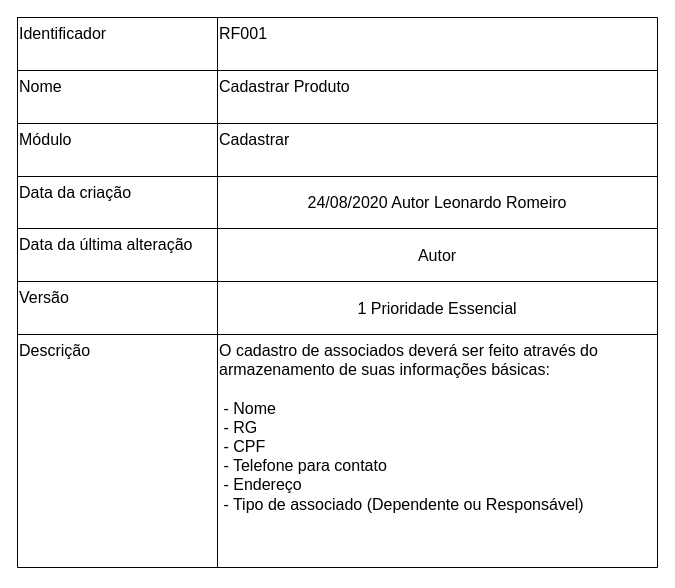
The draw.io diagram Formulário de requisitos.drawio in LeozinRomeiro/Modelagem_SENAI_CTM, before the edit. Source tidied: cells renumbered, new cells numbered last; positions are measured from the earlier drawing's top-left corner, leaving out a move shared by most shapes. Both pictures are drawn from the tidied source at 100%, with x=0, y=0 at pixel (17, 17).
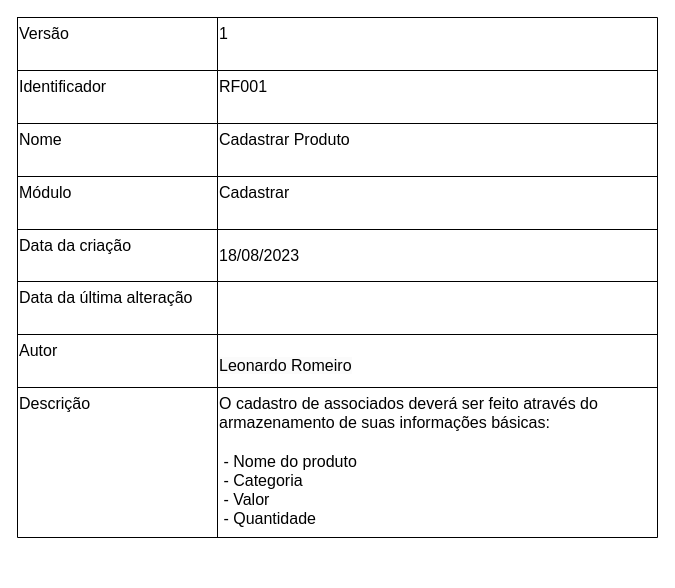
The same diagram, later.

Diff of the diagram source:
```diff
@@
     <mxCell id="2" style="shape=table;startSize=0;childLayout=tableLayout;fontSize=16;" parent="1" vertex="1">
-      <mxGeometry width="640" height="550" as="geometry" />
+      <mxGeometry width="640" height="520" as="geometry" />
     </mxCell>
+    <mxCell id="24" style="shape=tableRow;horizontal=0;startSize=0;swimlaneHead=0;swimlaneBody=0;strokeColor=inherit;top=0;left=0;bottom=0;right=0;fillColor=none;fontSize=16;" parent="2" vertex="1">
+      <mxGeometry width="640" height="53" as="geometry" />
+    </mxCell>
+    <mxCell id="25" value="Versão" style="shape=partialRectangle;html=1;whiteSpace=wrap;strokeColor=inherit;overflow=hidden;fillColor=none;top=0;left=0;bottom=0;right=0;fontSize=16;align=left;verticalAlign=top;" parent="24" vertex="1">
+      <mxGeometry width="200" height="53" as="geometry" />
+    </mxCell>
+    <mxCell id="26" value="1" style="shape=partialRectangle;html=1;whiteSpace=wrap;strokeColor=inherit;overflow=hidden;fillColor=none;top=0;left=0;bottom=0;right=0;fontSize=16;align=left;verticalAlign=top;" parent="24" vertex="1">
+      <mxGeometry x="200" width="440" height="53" as="geometry" />
+    </mxCell>
     <mxCell id="3" style="shape=tableRow;horizontal=0;startSize=0;swimlaneHead=0;swimlaneBody=0;strokeColor=inherit;top=0;left=0;bottom=0;right=0;fillColor=none;fontSize=16;" parent="2" vertex="1">
-      <mxGeometry width="640" height="53" as="geometry" />
+      <mxGeometry y="53" width="640" height="53" as="geometry" />
     </mxCell>
@@
     <mxCell id="6" style="shape=tableRow;horizontal=0;startSize=0;swimlaneHead=0;swimlaneBody=0;strokeColor=inherit;top=0;left=0;bottom=0;right=0;fillColor=none;fontSize=16;" parent="2" vertex="1">
-      <mxGeometry y="53" width="640" height="53" as="geometry" />
+      <mxGeometry y="106" width="640" height="53" as="geometry" />
     </mxCell>
@@
     <mxCell id="9" style="shape=tableRow;horizontal=0;startSize=0;swimlaneHead=0;swimlaneBody=0;strokeColor=inherit;top=0;left=0;bottom=0;right=0;fillColor=none;fontSize=16;" parent="2" vertex="1">
-      <mxGeometry y="106" width="640" height="53" as="geometry" />
+      <mxGeometry y="159" width="640" height="53" as="geometry" />
     </mxCell>
@@
     <mxCell id="12" style="shape=tableRow;horizontal=0;startSize=0;swimlaneHead=0;swimlaneBody=0;strokeColor=inherit;top=0;left=0;bottom=0;right=0;fillColor=none;fontSize=16;" parent="2" vertex="1">
-      <mxGeometry y="159" width="640" height="52" as="geometry" />
+      <mxGeometry y="212" width="640" height="52" as="geometry" />
     </mxCell>
@@
-    <mxCell id="14" value="24/08/2020 Autor Leonardo Romeiro" style="shape=partialRectangle;html=1;whiteSpace=wrap;strokeColor=inherit;overflow=hidden;fillColor=none;top=0;left=0;bottom=0;right=0;fontSize=16;" parent="12" vertex="1">
+    <mxCell id="14" value="18/08/2023" style="shape=partialRectangle;html=1;whiteSpace=wrap;strokeColor=inherit;overflow=hidden;fillColor=none;top=0;left=0;bottom=0;right=0;fontSize=16;align=left;" parent="12" vertex="1">
       <mxGeometry x="200" width="440" height="52" as="geometry" />
     </mxCell>
     <mxCell id="15" style="shape=tableRow;horizontal=0;startSize=0;swimlaneHead=0;swimlaneBody=0;strokeColor=inherit;top=0;left=0;bottom=0;right=0;fillColor=none;fontSize=16;" parent="2" vertex="1">
-      <mxGeometry y="211" width="640" height="53" as="geometry" />
+      <mxGeometry y="264" width="640" height="53" as="geometry" />
     </mxCell>
@@
-    <mxCell id="17" value="Autor" style="shape=partialRectangle;html=1;whiteSpace=wrap;strokeColor=inherit;overflow=hidden;fillColor=none;top=0;left=0;bottom=0;right=0;fontSize=16;" parent="15" vertex="1">
+    <mxCell id="17" style="shape=partialRectangle;html=1;whiteSpace=wrap;strokeColor=inherit;overflow=hidden;fillColor=none;top=0;left=0;bottom=0;right=0;fontSize=16;" parent="15" vertex="1">
       <mxGeometry x="200" width="440" height="53" as="geometry" />
     </mxCell>
     <mxCell id="18" style="shape=tableRow;horizontal=0;startSize=0;swimlaneHead=0;swimlaneBody=0;strokeColor=inherit;top=0;left=0;bottom=0;right=0;fillColor=none;fontSize=16;" parent="2" vertex="1">
-      <mxGeometry y="264" width="640" height="53" as="geometry" />
+      <mxGeometry y="317" width="640" height="53" as="geometry" />
     </mxCell>
-    <mxCell id="19" value="Versão" style="shape=partialRectangle;html=1;whiteSpace=wrap;strokeColor=inherit;overflow=hidden;fillColor=none;top=0;left=0;bottom=0;right=0;fontSize=16;align=left;verticalAlign=top;" parent="18" vertex="1">
+    <mxCell id="19" value="Autor&amp;nbsp;" style="shape=partialRectangle;html=1;whiteSpace=wrap;strokeColor=inherit;overflow=hidden;fillColor=none;top=0;left=0;bottom=0;right=0;fontSize=16;align=left;verticalAlign=top;" parent="18" vertex="1">
       <mxGeometry width="200" height="53" as="geometry" />
     </mxCell>
-    <mxCell id="20" value="1 Prioridade Essencial" style="shape=partialRectangle;html=1;whiteSpace=wrap;strokeColor=inherit;overflow=hidden;fillColor=none;top=0;left=0;bottom=0;right=0;fontSize=16;" parent="18" vertex="1">
+    <mxCell id="20" value="&#10;&lt;span style=&quot;color: rgb(0, 0, 0); font-family: Helvetica; font-size: 16px; font-style: normal; font-variant-ligatures: normal; font-variant-caps: normal; font-weight: 400; letter-spacing: normal; orphans: 2; text-indent: 0px; text-transform: none; widows: 2; word-spacing: 0px; -webkit-text-stroke-width: 0px; background-color: rgb(251, 251, 251); text-decoration-thickness: initial; text-decoration-style: initial; text-decoration-color: initial; float: none; display: inline !important;&quot;&gt;Leonardo Romeiro&lt;/span&gt;&#10;&#10;" style="shape=partialRectangle;html=1;whiteSpace=wrap;strokeColor=inherit;overflow=hidden;fillColor=none;top=0;left=0;bottom=0;right=0;fontSize=16;align=left;" parent="18" vertex="1">
       <mxGeometry x="200" width="440" height="53" as="geometry" />
     </mxCell>
     <mxCell id="21" style="shape=tableRow;horizontal=0;startSize=0;swimlaneHead=0;swimlaneBody=0;strokeColor=inherit;top=0;left=0;bottom=0;right=0;fillColor=none;fontSize=16;" parent="2" vertex="1">
-      <mxGeometry y="317" width="640" height="233" as="geometry" />
+      <mxGeometry y="370" width="640" height="150" as="geometry" />
     </mxCell>
     <mxCell id="22" value="Descrição" style="shape=partialRectangle;html=1;whiteSpace=wrap;strokeColor=inherit;overflow=hidden;fillColor=none;top=0;left=0;bottom=0;right=0;fontSize=16;align=left;verticalAlign=top;" parent="21" vertex="1">
-      <mxGeometry width="200" height="233" as="geometry" />
+      <mxGeometry width="200" height="150" as="geometry" />
     </mxCell>
-    <mxCell id="23" value="O cadastro de associados deverá ser feito através do armazenamento de suas informações básicas:&lt;br&gt;&lt;br&gt;&amp;nbsp;- Nome &lt;br&gt;&amp;nbsp;- RG &lt;br&gt;&amp;nbsp;- CPF &lt;br&gt;&amp;nbsp;- Telefone para contato &lt;br&gt;&amp;nbsp;- Endereço &lt;br&gt;&amp;nbsp;- Tipo de associado (Dependente ou Responsável)" style="shape=partialRectangle;html=1;whiteSpace=wrap;strokeColor=inherit;overflow=hidden;fillColor=none;top=0;left=0;bottom=0;right=0;fontSize=16;align=left;verticalAlign=top;" parent="21" vertex="1">
-      <mxGeometry x="200" width="440" height="233" as="geometry" />
+    <mxCell id="23" value="O cadastro de associados deverá ser feito através do armazenamento de suas informações básicas:&lt;br&gt;&lt;br&gt;&amp;nbsp;- Nome do produto&lt;br&gt;&amp;nbsp;- Categoria&lt;br&gt;&amp;nbsp;- Valor&lt;br&gt;&amp;nbsp;- Quantidade" style="shape=partialRectangle;html=1;whiteSpace=wrap;strokeColor=inherit;overflow=hidden;fillColor=none;top=0;left=0;bottom=0;right=0;fontSize=16;align=left;verticalAlign=top;" parent="21" vertex="1">
+      <mxGeometry x="200" width="440" height="150" as="geometry" />
     </mxCell>
```
